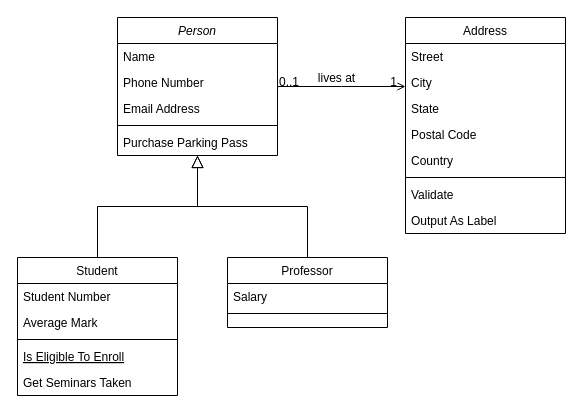
The draw.io diagram 工厂方法.drawio in Fuku-L/draw-io-repo, before the edit. Source tidied: cells renumbered, new cells numbered last; positions are measured from the earlier drawing's top-left corner, leaving out a move shared by most shapes. Both pictures are drawn from the tidied source at 100%, with x=0, y=0 at pixel (17, 17).
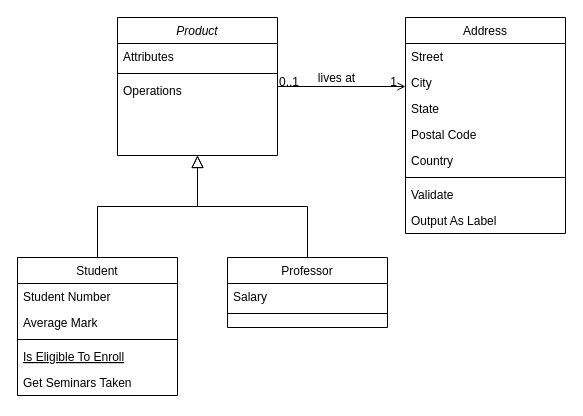
Above is the later version.

Commit message:
更新工厂方法.drawio

What changed in the source:
```diff
@@
-    <mxCell id="2" value="Person" style="swimlane;fontStyle=2;align=center;verticalAlign=top;horizontal=1;startSize=26;rounded=0;shadow=0;strokeWidth=1;" parent="1" vertex="1">
+    <mxCell id="2" value="Product" style="swimlane;fontStyle=2;align=center;verticalAlign=top;horizontal=1;startSize=26;rounded=0;shadow=0;strokeWidth=1;" parent="1" vertex="1">
       <mxGeometry x="100" width="160" height="138" as="geometry" />
     </mxCell>
-    <mxCell id="3" value="Name" style="text;align=left;verticalAlign=top;spacingLeft=4;spacingRight=4;overflow=hidden;" parent="2" vertex="1">
+    <mxCell id="3" value="Attributes" style="text;align=left;verticalAlign=top;spacingLeft=4;spacingRight=4;overflow=hidden;" parent="2" vertex="1">
       <mxGeometry y="26" width="160" height="26" as="geometry" />
     </mxCell>
-    <mxCell id="4" value="Phone Number" style="text;align=left;verticalAlign=top;spacingLeft=4;spacingRight=4;overflow=hidden;rounded=0;shadow=0;html=0;" parent="2" vertex="1">
-      <mxGeometry y="52" width="160" height="26" as="geometry" />
-    </mxCell>
-    <mxCell id="5" value="Email Address" style="text;align=left;verticalAlign=top;spacingLeft=4;spacingRight=4;overflow=hidden;rounded=0;shadow=0;html=0;" parent="2" vertex="1">
-      <mxGeometry y="78" width="160" height="26" as="geometry" />
-    </mxCell>
     <mxCell id="6" style="line;html=1;strokeWidth=1;align=left;verticalAlign=middle;spacingTop=-1;spacingLeft=3;spacingRight=3;labelPosition=right;" parent="2" vertex="1">
-      <mxGeometry y="104" width="160" height="8" as="geometry" />
+      <mxGeometry y="52" width="160" height="8" as="geometry" />
     </mxCell>
-    <mxCell id="7" value="Purchase Parking Pass" style="text;align=left;verticalAlign=top;spacingLeft=4;spacingRight=4;overflow=hidden;" parent="2" vertex="1">
-      <mxGeometry y="112" width="160" height="26" as="geometry" />
+    <mxCell id="7" value="Operations" style="text;align=left;verticalAlign=top;spacingLeft=4;spacingRight=4;overflow=hidden;" parent="2" vertex="1">
+      <mxGeometry y="60" width="160" height="26" as="geometry" />
     </mxCell>
```
